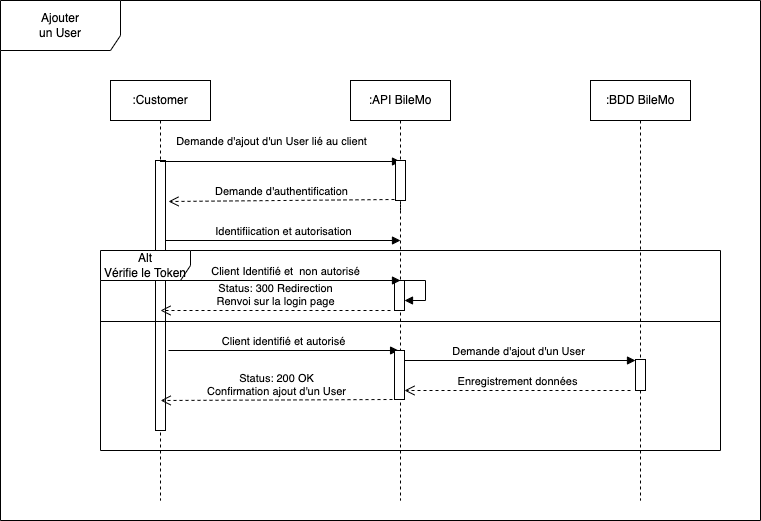
Fossette7/bilemo keeps this draw.io diagram as _UML/D.sq_ajouter_un_user_BileMo.drawio.png. Above is the earlier version. Source tidied: cells renumbered, new cells last; positions are measured from the earlier drawing's top-left corner, leaving out a move shared by most shapes.
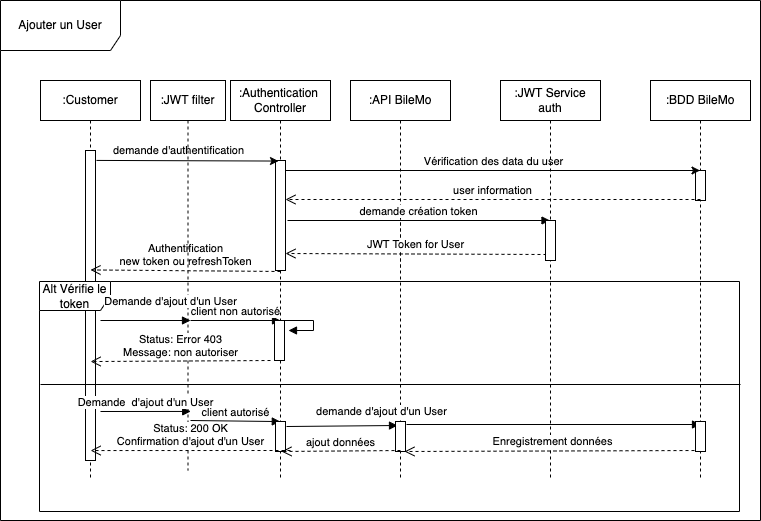
Above is the later version.

The edit, as a diff of the source:
```diff
@@ -2,103 +2,162 @@
   <root>
     <mxCell id="0" />
     <mxCell id="1" parent="0" />
-    <mxCell id="2" value="Ajouter&lt;br&gt;un User" style="shape=umlFrame;whiteSpace=wrap;html=1;width=120;height=50;" parent="1" vertex="1">
+    <mxCell id="2" value="Ajouter un User" style="shape=umlFrame;whiteSpace=wrap;html=1;width=120;height=50;" parent="1" vertex="1">
       <mxGeometry width="760" height="520" as="geometry" />
     </mxCell>
     <mxCell id="3" value=":Customer" style="shape=umlLifeline;perimeter=lifelinePerimeter;whiteSpace=wrap;html=1;" parent="1" vertex="1">
-      <mxGeometry x="110" y="80" width="100" height="420" as="geometry" />
+      <mxGeometry x="40" y="80" width="100" height="400" as="geometry" />
     </mxCell>
     <mxCell id="4" style="html=1;points=[];perimeter=orthogonalPerimeter;" parent="3" vertex="1">
-      <mxGeometry x="45" y="80" width="10" height="270" as="geometry" />
+      <mxGeometry x="45" y="70" width="10" height="310" as="geometry" />
     </mxCell>
-    <mxCell id="5" value="Identifiication et autorisation" style="html=1;verticalAlign=bottom;endArrow=block;rounded=0;entryX=0;entryY=0.1;entryDx=0;entryDy=0;entryPerimeter=0;" parent="3" edge="1">
-      <mxGeometry relative="1" as="geometry">
-        <mxPoint x="55" y="160" as="sourcePoint" />
-        <mxPoint x="290" y="160" as="targetPoint" />
-      </mxGeometry>
-    </mxCell>
     <mxCell id="6" value=":API BileMo" style="shape=umlLifeline;perimeter=lifelinePerimeter;whiteSpace=wrap;html=1;" parent="1" vertex="1">
-      <mxGeometry x="350" y="80" width="100" height="420" as="geometry" />
+      <mxGeometry x="350" y="80" width="100" height="400" as="geometry" />
     </mxCell>
     <mxCell id="7" value=":BDD BileMo" style="shape=umlLifeline;perimeter=lifelinePerimeter;whiteSpace=wrap;html=1;outlineConnect=0;" parent="1" vertex="1">
-      <mxGeometry x="590" y="80" width="100" height="420" as="geometry" />
+      <mxGeometry x="650" y="80" width="100" height="400" as="geometry" />
     </mxCell>
-    <mxCell id="8" value="Demande d'ajout d'un User lié au client" style="html=1;verticalAlign=bottom;endArrow=block;rounded=0;" parent="1" edge="1">
-      <mxGeometry x="-0.08" y="11" relative="1" as="geometry">
-        <mxPoint x="159.5" y="161" as="sourcePoint" />
-        <mxPoint x="400" y="161" as="targetPoint" />
-        <mxPoint x="1" as="offset" />
-      </mxGeometry>
-    </mxCell>
-    <mxCell id="9" style="html=1;points=[];perimeter=orthogonalPerimeter;" parent="1" vertex="1">
-      <mxGeometry x="395" y="160" width="10" height="40" as="geometry" />
-    </mxCell>
+    <mxCell id="24" style="html=1;perimeter=orthogonalPerimeter;" parent="7" vertex="1">
+      <mxGeometry x="45" y="90" width="10" height="30" as="geometry" />
+    </mxCell>
-    <mxCell id="10" style="html=1;verticalAlign=bottom;endArrow=none;dashed=1;endSize=8;rounded=0;" parent="1" edge="1" target="9">
+    <mxCell id="10" style="html=1;verticalAlign=bottom;endArrow=none;dashed=1;endSize=8;rounded=0;" parent="1" edge="1">
       <mxGeometry relative="1" as="geometry">
         <mxPoint x="400" y="210" as="sourcePoint" />
+        <mxPoint x="400" y="270" as="targetPoint" />
       </mxGeometry>
     </mxCell>
-    <mxCell id="11" value="Demande d'authentification" style="html=1;verticalAlign=bottom;endArrow=open;dashed=1;endSize=8;rounded=0;entryX=0.9;entryY=0.46;entryDx=0;entryDy=0;entryPerimeter=0;" parent="1" edge="1">
-      <mxGeometry relative="1" as="geometry">
-        <mxPoint x="394" y="199" as="sourcePoint" />
-        <mxPoint x="168" y="201" as="targetPoint" />
-      </mxGeometry>
-    </mxCell>
-    <mxCell id="12" value="Alt&lt;br&gt;Vérifie le Token" style="shape=umlFrame;whiteSpace=wrap;html=1;width=90;height=30;" parent="1" vertex="1">
-      <mxGeometry x="100" y="250" width="620" height="200" as="geometry" />
-    </mxCell>
-    <mxCell id="13" style="html=1;points=[];perimeter=orthogonalPerimeter;" parent="1" vertex="1">
-      <mxGeometry x="635" y="359" width="10" height="31" as="geometry" />
-    </mxCell>
-    <mxCell id="14" style="html=1;points=[];perimeter=orthogonalPerimeter;" parent="1" vertex="1">
-      <mxGeometry x="394" y="280" width="10" height="30" as="geometry" />
-    </mxCell>
-    <mxCell id="15" style="edgeStyle=orthogonalEdgeStyle;html=1;align=left;spacingLeft=2;endArrow=block;rounded=0;entryX=1;entryY=0;" parent="1" edge="1">
-      <mxGeometry relative="1" as="geometry">
-        <mxPoint x="404" y="280" as="sourcePoint" />
-        <mxPoint x="404" y="300" as="targetPoint" />
-        <Array as="points">
-          <mxPoint x="425" y="280" />
-        </Array>
-      </mxGeometry>
-    </mxCell>
-    <mxCell id="16" value="Client Identifié et&amp;nbsp; non autorisé" style="html=1;verticalAlign=bottom;endArrow=block;rounded=0;entryX=0.6;entryY=0;entryDx=0;entryDy=0;entryPerimeter=0;" parent="1" edge="1" target="14">
-      <mxGeometry relative="1" as="geometry">
-        <mxPoint x="170" y="280" as="sourcePoint" />
-      </mxGeometry>
-    </mxCell>
-    <mxCell id="17" value="Status: 300 Redirection&lt;br&gt;Renvoi sur la login page" style="html=1;verticalAlign=bottom;endArrow=open;dashed=1;endSize=8;rounded=0;" parent="1" edge="1">
-      <mxGeometry relative="1" as="geometry">
-        <mxPoint x="390" y="310" as="sourcePoint" />
-        <mxPoint x="160" y="310" as="targetPoint" />
-      </mxGeometry>
-    </mxCell>
-    <mxCell id="18" style="line;strokeWidth=1;fillColor=none;align=left;verticalAlign=middle;spacingTop=-1;spacingLeft=3;spacingRight=3;labelPosition=right;" parent="1" vertex="1">
-      <mxGeometry x="100" y="317" width="620" height="8" as="geometry" />
-    </mxCell>
-    <mxCell id="19" value="Client identifié et autorisé" style="html=1;verticalAlign=bottom;endArrow=block;rounded=0;entryX=0.484;entryY=0.5;entryDx=0;entryDy=0;entryPerimeter=0;" parent="1" edge="1">
-      <mxGeometry relative="1" as="geometry">
-        <mxPoint x="168" y="350" as="sourcePoint" />
-        <mxPoint x="398.1" y="350" as="targetPoint" />
-      </mxGeometry>
-    </mxCell>
+    <mxCell id="25" value=":Authentication&amp;nbsp;&lt;br&gt;Controller" style="shape=umlLifeline;perimeter=lifelinePerimeter;whiteSpace=wrap;html=1;" parent="1" vertex="1">
+      <mxGeometry x="230" y="80" width="100" height="400" as="geometry" />
+    </mxCell>
+    <mxCell id="26" style="html=1;points=[];perimeter=orthogonalPerimeter;" parent="25" vertex="1">
+      <mxGeometry x="45" y="80" width="10" height="110" as="geometry" />
+    </mxCell>
+    <mxCell id="27" style="endArrow=classic;html=1;rounded=0;" parent="25" edge="1" target="7">
+      <mxGeometry relative="1" as="geometry">
+        <mxPoint x="55" y="90" as="sourcePoint" />
+      </mxGeometry>
+    </mxCell>
+    <mxCell id="28" value="Vérification des data du user" style="edgeLabel;html=1;align=center;verticalAlign=middle;" parent="27" vertex="1">
+      <mxGeometry relative="1" as="geometry">
+        <mxPoint y="-10" as="offset" />
+      </mxGeometry>
+    </mxCell>
+    <mxCell id="29" value="demande création token" style="html=1;verticalAlign=bottom;endArrow=block;rounded=0;" parent="25" edge="1" target="31">
+      <mxGeometry relative="1" as="geometry">
+        <mxPoint x="57" y="140" as="sourcePoint" />
+      </mxGeometry>
+    </mxCell>
+    <mxCell id="30" value="JWT Token for User" style="html=1;verticalAlign=bottom;endArrow=open;dashed=1;endSize=8;rounded=0;exitX=0.1;exitY=0.85;exitDx=0;exitDy=0;exitPerimeter=0;" parent="25" edge="1" source="32">
+      <mxGeometry relative="1" as="geometry">
+        <mxPoint x="55" y="173" as="targetPoint" />
+      </mxGeometry>
+    </mxCell>
+    <mxCell id="31" value=":JWT Service&lt;br&gt;auth" style="shape=umlLifeline;perimeter=lifelinePerimeter;whiteSpace=wrap;html=1;outlineConnect=0;" parent="1" vertex="1">
+      <mxGeometry x="500" y="80" width="100" height="400" as="geometry" />
+    </mxCell>
+    <mxCell id="32" style="html=1;points=[];perimeter=orthogonalPerimeter;" parent="31" vertex="1">
+      <mxGeometry x="45" y="140" width="10" height="40" as="geometry" />
+    </mxCell>
+    <mxCell id="33" style="endArrow=classic;html=1;rounded=0;entryX=0.3;entryY=0.005;entryDx=0;entryDy=0;entryPerimeter=0;exitX=1.1;exitY=0.032;exitDx=0;exitDy=0;exitPerimeter=0;" parent="1" edge="1" source="4" target="26">
+      <mxGeometry relative="1" as="geometry" />
+    </mxCell>
+    <mxCell id="34" value="demande d'authentification" style="edgeLabel;html=1;align=center;verticalAlign=middle;" parent="33" vertex="1">
+      <mxGeometry x="-0.2" y="-3" relative="1" as="geometry">
+        <mxPoint x="9" y="-14" as="offset" />
+      </mxGeometry>
+    </mxCell>
+    <mxCell id="35" value="user information" style="html=1;verticalAlign=bottom;endArrow=open;dashed=1;endSize=8;rounded=0;" parent="1" edge="1" target="26">
+      <mxGeometry relative="1" as="geometry">
+        <mxPoint x="700" y="199" as="sourcePoint" />
+      </mxGeometry>
+    </mxCell>
+    <mxCell id="36" value="Authentification&lt;br&gt;new token ou refreshToken" style="html=1;verticalAlign=bottom;endArrow=open;dashed=1;endSize=8;rounded=0;entryX=0.9;entryY=0.576;entryDx=0;entryDy=0;entryPerimeter=0;exitX=0.5;exitY=1.009;exitDx=0;exitDy=0;exitPerimeter=0;" parent="1" edge="1" source="26">
+      <mxGeometry relative="1" as="geometry">
+        <mxPoint x="90" y="269.4" as="targetPoint" />
+      </mxGeometry>
+    </mxCell>
+    <mxCell id="37" value=":JWT filter" style="shape=umlLifeline;perimeter=lifelinePerimeter;whiteSpace=wrap;html=1;" parent="1" vertex="1">
+      <mxGeometry x="150" y="80" width="75" height="390" as="geometry" />
+    </mxCell>
+    <mxCell id="38" value="Alt Vérifie le token" style="shape=umlFrame;whiteSpace=wrap;html=1;width=71;height=29;" parent="1" vertex="1">
+      <mxGeometry x="39" y="281" width="700" height="230" as="geometry" />
+    </mxCell>
-    <mxCell id="20" value="Demande d'ajout d'un User" style="html=1;verticalAlign=bottom;endArrow=block;rounded=0;" parent="1" edge="1" target="13">
-      <mxGeometry relative="1" as="geometry">
-        <mxPoint x="400" y="360" as="sourcePoint" />
+    <mxCell id="20" value="Demande d'ajout d'un User" style="html=1;verticalAlign=bottom;endArrow=block;rounded=0;" parent="1" edge="1">
+      <mxGeometry x="0.56" y="10" relative="1" as="geometry">
+        <mxPoint x="100" y="320" as="sourcePoint" />
+        <mxPoint x="190" y="320" as="targetPoint" />
       </mxGeometry>
     </mxCell>
+    <mxCell id="39" value="client non autorisé" style="html=1;verticalAlign=bottom;endArrow=block;rounded=0;" parent="1" edge="1">
+      <mxGeometry relative="1" as="geometry">
+        <mxPoint x="190" y="320" as="sourcePoint" />
+        <mxPoint x="280" y="320" as="targetPoint" />
+      </mxGeometry>
+    </mxCell>
+    <mxCell id="40" style="html=1;perimeter=orthogonalPerimeter;" parent="1" vertex="1">
+      <mxGeometry x="274" y="320" width="10" height="40" as="geometry" />
+    </mxCell>
+    <mxCell id="41" style="edgeStyle=orthogonalEdgeStyle;html=1;align=left;spacingLeft=2;endArrow=block;rounded=0;entryX=1;entryY=0;" parent="1" edge="1">
+      <mxGeometry relative="1" as="geometry">
+        <mxPoint x="283" y="320" as="sourcePoint" />
+        <mxPoint x="288" y="330" as="targetPoint" />
+        <Array as="points">
+          <mxPoint x="313" y="320" />
+        </Array>
+      </mxGeometry>
+    </mxCell>
+    <mxCell id="42" value="Status: Error 403&lt;br&gt;Message: non autoriser" style="html=1;verticalAlign=bottom;endArrow=open;dashed=1;endSize=8;rounded=0;entryX=0.073;entryY=0.348;entryDx=0;entryDy=0;entryPerimeter=0;" parent="1" edge="1" target="38">
+      <mxGeometry relative="1" as="geometry">
+        <mxPoint x="270" y="360" as="sourcePoint" />
+      </mxGeometry>
+    </mxCell>
+    <mxCell id="43" style="line;strokeWidth=1;fillColor=none;align=left;verticalAlign=middle;spacingTop=-1;spacingLeft=3;spacingRight=3;labelPosition=right;" parent="1" vertex="1">
+      <mxGeometry x="40" y="380" width="700" height="8" as="geometry" />
+    </mxCell>
+    <mxCell id="44" value="Demande&amp;nbsp; d'ajout d'un User" style="html=1;verticalAlign=bottom;endArrow=block;rounded=0;entryX=0.216;entryY=0.565;entryDx=0;entryDy=0;entryPerimeter=0;" parent="1" edge="1" target="38">
+      <mxGeometry relative="1" as="geometry">
+        <mxPoint x="100" y="411" as="sourcePoint" />
+      </mxGeometry>
+    </mxCell>
+    <mxCell id="45" value="client autorisé" style="html=1;verticalAlign=bottom;endArrow=block;rounded=0;entryX=0.344;entryY=0.609;entryDx=0;entryDy=0;entryPerimeter=0;" parent="1" edge="1" target="38">
+      <mxGeometry relative="1" as="geometry">
+        <mxPoint x="190" y="420" as="sourcePoint" />
+      </mxGeometry>
+    </mxCell>
+    <mxCell id="46" style="html=1;points=[];perimeter=orthogonalPerimeter;" parent="1" vertex="1">
+      <mxGeometry x="275" y="421" width="10" height="30" as="geometry" />
+    </mxCell>
+    <mxCell id="47" value="demande d'ajout d'un User" style="html=1;verticalAlign=bottom;endArrow=block;rounded=0;exitX=1.1;exitY=0.167;exitDx=0;exitDy=0;exitPerimeter=0;" parent="1" edge="1" source="46">
+      <mxGeometry x="0.7" y="5" relative="1" as="geometry">
+        <mxPoint x="397" y="425" as="targetPoint" />
+      </mxGeometry>
+    </mxCell>
+    <mxCell id="48" style="html=1;points=[];perimeter=orthogonalPerimeter;" parent="1" vertex="1">
+      <mxGeometry x="395" y="421" width="10" height="30" as="geometry" />
+    </mxCell>
+    <mxCell id="49" value="ajout données" style="html=1;verticalAlign=bottom;endArrow=open;dashed=1;endSize=8;rounded=0;entryX=0.6;entryY=1;entryDx=0;entryDy=0;entryPerimeter=0;" parent="1" edge="1" target="46">
+      <mxGeometry relative="1" as="geometry">
+        <mxPoint x="400" y="450" as="sourcePoint" />
+      </mxGeometry>
+    </mxCell>
+    <mxCell id="50" style="html=1;verticalAlign=bottom;endArrow=block;rounded=0;" parent="1" edge="1">
+      <mxGeometry relative="1" as="geometry">
+        <mxPoint x="406" y="424" as="sourcePoint" />
+        <mxPoint x="700" y="424" as="targetPoint" />
+      </mxGeometry>
+    </mxCell>
-    <mxCell id="21" value="Enregistrement données" style="html=1;verticalAlign=bottom;endArrow=open;dashed=1;endSize=8;rounded=0;" parent="1" edge="1" target="22">
+    <mxCell id="21" value="Enregistrement données" style="html=1;verticalAlign=bottom;endArrow=open;dashed=1;endSize=8;rounded=0;entryX=0.9;entryY=1;entryDx=0;entryDy=0;entryPerimeter=0;" parent="1" edge="1" target="48">
       <mxGeometry relative="1" as="geometry">
-        <mxPoint x="630" y="390" as="sourcePoint" />
+        <mxPoint x="700" y="450" as="sourcePoint" />
       </mxGeometry>
     </mxCell>
-    <mxCell id="22" style="html=1;points=[];perimeter=orthogonalPerimeter;" parent="1" vertex="1">
-      <mxGeometry x="394" y="350" width="10" height="49" as="geometry" />
-    </mxCell>
-    <mxCell id="23" value="Status: 200 OK&lt;br&gt;Confirmation ajout d'un User" style="html=1;verticalAlign=bottom;endArrow=open;dashed=1;endSize=8;rounded=0;entryX=0.097;entryY=0.75;entryDx=0;entryDy=0;entryPerimeter=0;" parent="1" edge="1" target="12">
-      <mxGeometry relative="1" as="geometry">
-        <mxPoint x="392" y="399" as="sourcePoint" />
-      </mxGeometry>
-    </mxCell>
+    <mxCell id="51" value="Status: 200 OK&lt;br&gt;Confirmation d'ajout d'un User" style="html=1;verticalAlign=bottom;endArrow=open;dashed=1;endSize=8;rounded=0;entryX=0.073;entryY=0.735;entryDx=0;entryDy=0;entryPerimeter=0;" parent="1" edge="1" target="38">
+      <mxGeometry relative="1" as="geometry">
+        <mxPoint x="290" y="450" as="sourcePoint" />
+      </mxGeometry>
+    </mxCell>
+    <mxCell id="52" style="html=1;perimeter=orthogonalPerimeter;" parent="1" vertex="1">
+      <mxGeometry x="695" y="421" width="10" height="30" as="geometry" />
+    </mxCell>
   </root>
 </mxGraphModel>
```
